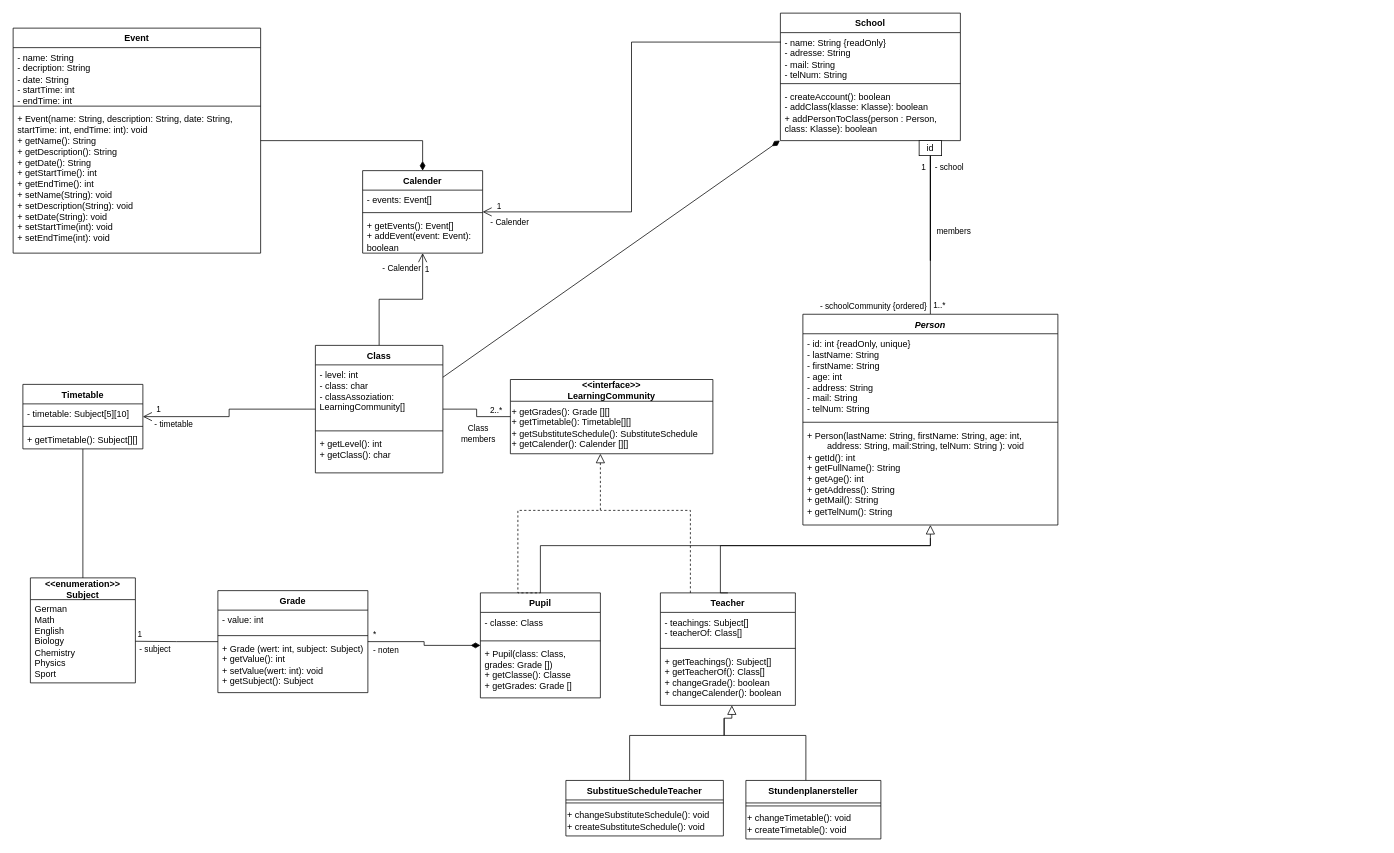
Above: ClassDiagram.drawio in TrainFan1804/SchulverwaltungUML (draw.io), before the change. Source tidied: cells renumbered, new cells numbered last; positions are measured from the earlier drawing's top-left corner, leaving out a move shared by most shapes. Both pictures are drawn from the tidied source at 75%, with x=0, y=0 at pixel (13, 13).
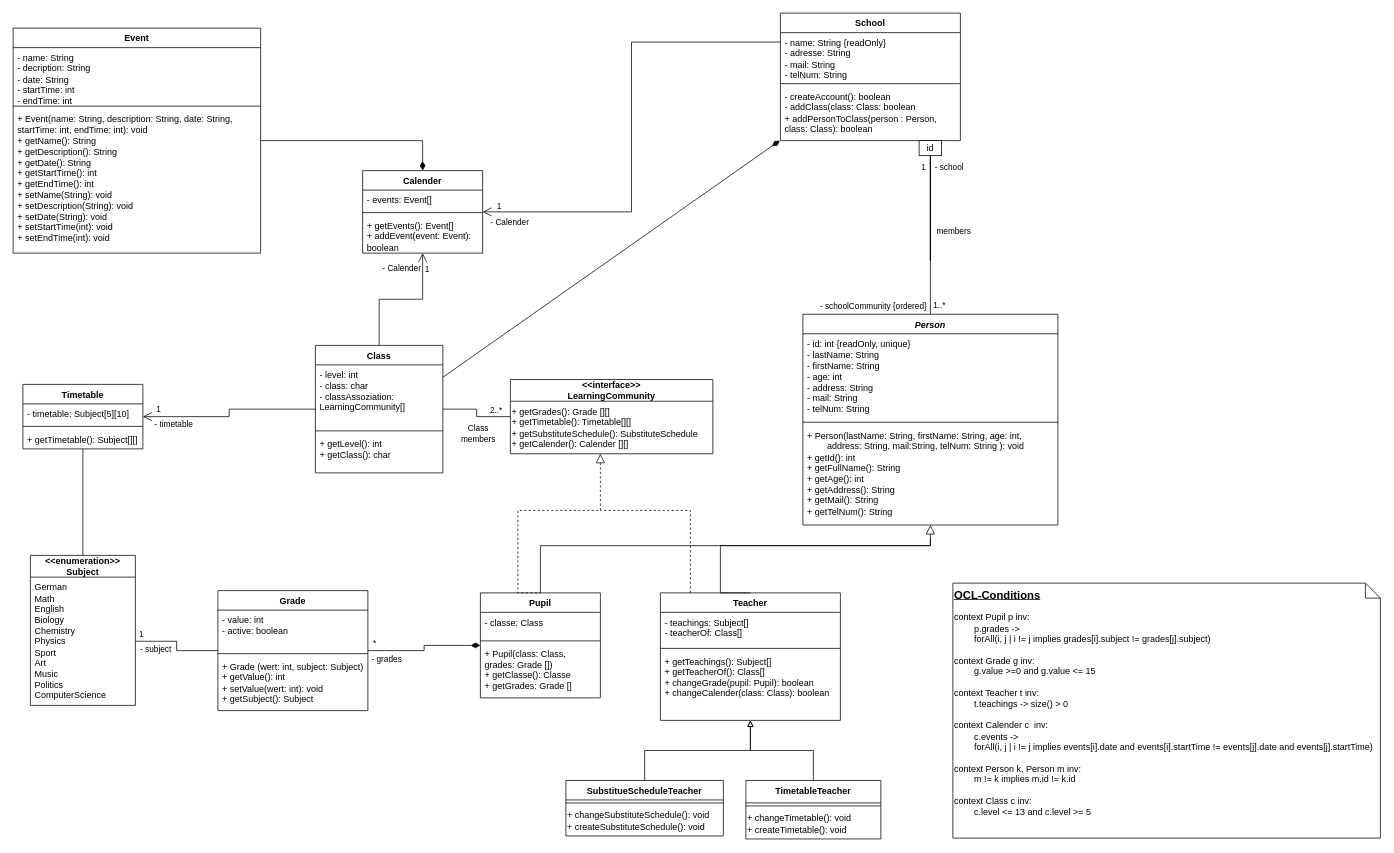
After the change.

The change refers to these unchanged cells:
```xml
<mxCell id="2" style="edgeStyle=orthogonalEdgeStyle;rounded=0;jettySize=auto;html=1;entryX=1;entryY=0.5;entryDx=0;entryDy=0;endArrow=none;endFill=0;startArrow=diamondThin;startFill=1;startSize=10;" parent="1" edge="1" source="5" target="25">
  <mxGeometry relative="1" as="geometry" />
</mxCell>
<mxCell id="10" value="SubstitueScheduleTeacher&#10;&#10;" style="swimlane;fontStyle=1;align=center;verticalAlign=top;horizontal=1;startSize=26;rounded=0;shadow=0;strokeWidth=1;" parent="1" vertex="1">
  <mxGeometry x="737" y="1023.1" width="210" height="74" as="geometry" />
</mxCell>
<mxCell id="37" value="School" style="swimlane;fontStyle=1;align=center;verticalAlign=top;horizontal=1;startSize=26;whiteSpace=wrap;html=1;" parent="1" vertex="1">
  <mxGeometry x="1023" width="240" height="170" as="geometry" />
</mxCell>
```

What changed in the source:
```diff
@@
-    <mxCell id="3" value="- noten" style="edgeLabel;html=1;align=center;verticalAlign=middle;" parent="2" vertex="1">
+    <mxCell id="3" value="- grades" style="edgeLabel;html=1;align=center;verticalAlign=middle;" parent="2" vertex="1">
       <mxGeometry x="0.3" relative="1" as="geometry">
         <mxPoint x="-31" y="11" as="offset" />
       </mxGeometry>
     </mxCell>
@@
-    <mxCell id="9" style="edgeStyle=orthogonalEdgeStyle;rounded=0;jettySize=auto;html=1;endArrow=block;endFill=0;endSize=10;entryX=0.507;entryY=0.998;entryDx=0;entryDy=0;entryPerimeter=0;" parent="1" edge="1" source="10">
-      <mxGeometry relative="1" as="geometry">
-        <mxPoint x="958.3" y="923" as="targetPoint" />
-        <Array as="points">
-          <mxPoint x="822" y="963.1" />
-          <mxPoint x="948" y="963.1" />
-          <mxPoint x="948" y="940.1" />
-          <mxPoint x="958" y="940.1" />
-        </Array>
-      </mxGeometry>
-    </mxCell>
+    <mxCell id="83" style="edgeStyle=orthogonalEdgeStyle;rounded=0;jettySize=auto;html=1;entryX=0.5;entryY=1;entryDx=0;entryDy=0;endArrow=block;endFill=0;" parent="1" edge="1" source="10" target="18">
+      <mxGeometry relative="1" as="geometry" />
+    </mxCell>
@@
-    <mxCell id="13" style="edgeStyle=orthogonalEdgeStyle;rounded=0;jettySize=auto;html=1;endArrow=none;endFill=0;" parent="1" edge="1" source="14">
-      <mxGeometry relative="1" as="geometry">
-        <mxPoint x="948" y="940.1" as="targetPoint" />
-        <Array as="points">
-          <mxPoint x="1057" y="963.1" />
-          <mxPoint x="948" y="963.1" />
-        </Array>
-      </mxGeometry>
-    </mxCell>
+    <mxCell id="84" style="edgeStyle=orthogonalEdgeStyle;rounded=0;jettySize=auto;html=1;entryX=0.5;entryY=1;entryDx=0;entryDy=0;endArrow=block;endFill=0;" parent="1" edge="1" source="14" target="18">
+      <mxGeometry relative="1" as="geometry" />
+    </mxCell>
-    <mxCell id="14" value="Stundenplanersteller" style="swimlane;fontStyle=1;align=center;verticalAlign=top;horizontal=1;startSize=30;rounded=0;shadow=0;strokeWidth=1;" parent="1" vertex="1">
+    <mxCell id="14" value="TimetableTeacher" style="swimlane;fontStyle=1;align=center;verticalAlign=top;horizontal=1;startSize=30;rounded=0;shadow=0;strokeWidth=1;" parent="1" vertex="1">
       <mxGeometry x="977" y="1023.1" width="180" height="78" as="geometry" />
     </mxCell>
@@
     <mxCell id="18" value="Teacher" style="swimlane;fontStyle=1;align=center;verticalAlign=top;horizontal=1;startSize=26;rounded=0;shadow=0;strokeWidth=1;" parent="1" vertex="1">
-      <mxGeometry x="863" y="773" width="180" height="150" as="geometry" />
+      <mxGeometry x="863" y="773" width="240" height="170" as="geometry" />
     </mxCell>
     <mxCell id="19" value="- teachings: Subject[]&#10;- teacherOf: Class[]&#10;" style="text;align=left;verticalAlign=top;spacingLeft=4;spacingRight=4;overflow=hidden;" parent="18" vertex="1">
-      <mxGeometry y="26" width="180" height="44" as="geometry" />
+      <mxGeometry y="26" width="240" height="44" as="geometry" />
     </mxCell>
     <mxCell id="20" style="line;html=1;strokeWidth=1;align=left;verticalAlign=middle;spacingTop=-1;spacingLeft=3;spacingRight=3;labelPosition=right;" parent="18" vertex="1">
-      <mxGeometry y="70" width="180" height="8" as="geometry" />
+      <mxGeometry y="70" width="240" height="8" as="geometry" />
     </mxCell>
-    <mxCell id="21" value="+ getTeachings(): Subject[]&#10;+ getTeacherOf(): Class[]&#10;+ changeGrade(): boolean&#10;+ changeCalender(): boolean" style="text;align=left;verticalAlign=top;spacingLeft=4;spacingRight=4;overflow=hidden;" parent="18" vertex="1">
-      <mxGeometry y="78" width="180" height="72" as="geometry" />
+    <mxCell id="21" value="+ getTeachings(): Subject[]&#10;+ getTeacherOf(): Class[]&#10;+ changeGrade(pupil: Pupil): boolean&#10;+ changeCalender(class: Class): boolean" style="text;align=left;verticalAlign=top;spacingLeft=4;spacingRight=4;overflow=hidden;" parent="18" vertex="1">
+      <mxGeometry y="78" width="240" height="82" as="geometry" />
     </mxCell>
@@
     <mxCell id="25" value="Grade" style="swimlane;fontStyle=1;align=center;verticalAlign=top;horizontal=1;startSize=26;whiteSpace=wrap;html=1;" parent="1" vertex="1">
-      <mxGeometry x="273" y="770" width="200" height="136" as="geometry" />
+      <mxGeometry x="273" y="770" width="200" height="160" as="geometry" />
     </mxCell>
-    <mxCell id="26" value="&lt;div&gt;- value: int&lt;/div&gt;" style="text;strokeColor=none;fillColor=none;align=left;verticalAlign=top;spacingLeft=4;spacingRight=4;overflow=hidden;whiteSpace=wrap;html=1;" parent="25" vertex="1">
-      <mxGeometry y="26" width="200" height="30" as="geometry" />
+    <mxCell id="26" value="&lt;div&gt;- value: int&lt;/div&gt;&lt;div&gt;- active: boolean&lt;/div&gt;" style="text;strokeColor=none;fillColor=none;align=left;verticalAlign=top;spacingLeft=4;spacingRight=4;overflow=hidden;whiteSpace=wrap;html=1;" parent="25" vertex="1">
+      <mxGeometry y="26" width="200" height="54" as="geometry" />
     </mxCell>
     <mxCell id="27" style="line;strokeWidth=1;fillColor=none;align=left;verticalAlign=middle;spacingTop=-1;spacingLeft=3;spacingRight=3;labelPosition=right;strokeColor=inherit;" parent="25" vertex="1">
-      <mxGeometry y="56" width="200" height="8" as="geometry" />
+      <mxGeometry y="80" width="200" height="8" as="geometry" />
     </mxCell>
     <mxCell id="28" value="&lt;div&gt;+ Grade (wert: int, subject: Subject)&lt;br&gt;&lt;/div&gt;&lt;div&gt;+ getValue(): int&lt;/div&gt;&lt;div&gt;+ setValue(wert: int): void&lt;br&gt;&lt;/div&gt;&lt;div&gt;+ getSubject(): Subject&lt;/div&gt;" style="text;strokeColor=none;fillColor=none;align=left;verticalAlign=top;spacingLeft=4;spacingRight=4;overflow=hidden;whiteSpace=wrap;html=1;" parent="25" vertex="1">
-      <mxGeometry y="64" width="200" height="72" as="geometry" />
+      <mxGeometry y="88" width="200" height="72" as="geometry" />
     </mxCell>
@@
-    <mxCell id="40" value="&lt;div&gt;&lt;span style=&quot;background-color: initial;&quot;&gt;- createAccount(): boolean&lt;/span&gt;&lt;br&gt;&lt;/div&gt;&lt;div&gt;- addClass(klasse: Klasse): boolean&lt;/div&gt;&lt;div&gt;+&lt;span style=&quot;background-color: initial;&quot;&gt;&amp;nbsp;addPersonToClass(person : Person, class: Klasse): boolean&lt;/span&gt;&lt;/div&gt;" style="text;strokeColor=none;fillColor=none;align=left;verticalAlign=top;spacingLeft=4;spacingRight=4;overflow=hidden;points=[[0,0.5],[1,0.5]];portConstraint=eastwest;whiteSpace=wrap;html=1;" parent="37" vertex="1">
+    <mxCell id="40" value="&lt;div&gt;&lt;span style=&quot;background-color: initial;&quot;&gt;- createAccount(): boolean&lt;/span&gt;&lt;br&gt;&lt;/div&gt;&lt;div&gt;- addClass(class: Class: boolean&lt;/div&gt;&lt;div&gt;+&lt;span style=&quot;background-color: initial;&quot;&gt;&amp;nbsp;addPersonToClass(person : Person, class: Class): boolean&lt;/span&gt;&lt;/div&gt;" style="text;strokeColor=none;fillColor=none;align=left;verticalAlign=top;spacingLeft=4;spacingRight=4;overflow=hidden;points=[[0,0.5],[1,0.5]];portConstraint=eastwest;whiteSpace=wrap;html=1;" parent="37" vertex="1">
       <mxGeometry y="98" width="240" height="72" as="geometry" />
     </mxCell>
@@
     <mxCell id="66" value="&lt;div&gt;&amp;lt;&amp;lt;enumeration&amp;gt;&amp;gt;&lt;br&gt;&lt;/div&gt;&lt;div&gt;Subject&lt;/div&gt;" style="swimlane;fontStyle=1;align=center;verticalAlign=middle;horizontal=1;startSize=29;html=1;whiteSpace=wrap;" parent="1" vertex="1">
-      <mxGeometry x="23" y="753" width="140" height="140" as="geometry" />
+      <mxGeometry x="23" y="723" width="140" height="200" as="geometry" />
     </mxCell>
-    <mxCell id="67" value="&lt;div&gt;German&lt;/div&gt;&lt;div&gt;Math&lt;/div&gt;&lt;div&gt;English&lt;/div&gt;&lt;div&gt;Biology&lt;/div&gt;&lt;div&gt;Chemistry&lt;/div&gt;&lt;div&gt;Physics&lt;/div&gt;&lt;div&gt;Sport&lt;br&gt;&lt;/div&gt;" style="text;html=1;strokeColor=none;fillColor=none;align=left;verticalAlign=middle;spacingLeft=4;spacingRight=4;overflow=hidden;points=[[0,0.5],[1,0.5]];portConstraint=eastwest;whiteSpace=wrap;" parent="66" vertex="1">
-      <mxGeometry y="29" width="140" height="111" as="geometry" />
+    <mxCell id="67" value="&lt;div&gt;German&lt;/div&gt;&lt;div&gt;Math&lt;/div&gt;&lt;div&gt;English&lt;/div&gt;&lt;div&gt;Biology&lt;/div&gt;&lt;div&gt;Chemistry&lt;/div&gt;&lt;div&gt;Physics&lt;/div&gt;&lt;div&gt;Sport&lt;br&gt;&lt;/div&gt;&lt;div&gt;Art&lt;/div&gt;&lt;div&gt;Music&lt;/div&gt;&lt;div&gt;Politics&lt;/div&gt;&lt;div&gt;ComputerScience&lt;/div&gt;" style="text;html=1;strokeColor=none;fillColor=none;align=left;verticalAlign=middle;spacingLeft=4;spacingRight=4;overflow=hidden;points=[[0,0.5],[1,0.5]];portConstraint=eastwest;whiteSpace=wrap;" parent="66" vertex="1">
+      <mxGeometry y="29" width="140" height="171" as="geometry" />
     </mxCell>
@@
+    <mxCell id="85" value="&lt;b&gt;&lt;u&gt;&lt;font style=&quot;font-size: 15px;&quot;&gt;OCL-Conditions&lt;/font&gt;&lt;/u&gt;&lt;/b&gt;&lt;div&gt;&lt;br&gt;&lt;/div&gt;&lt;div&gt;context Pupil p inv:&lt;/div&gt;&lt;div&gt;&lt;span style=&quot;white-space: pre;&quot;&gt;&#9;&lt;/span&gt;p.grades -&amp;gt;&amp;nbsp;&lt;/div&gt;&lt;div&gt;&lt;span style=&quot;white-space: pre;&quot;&gt;&#9;&lt;/span&gt;forAll(i, j | i != j implies grades[i].subject !=&amp;nbsp;&lt;span style=&quot;background-color: initial;&quot;&gt;grades[j].subject)&lt;/span&gt;&lt;/div&gt;&lt;div&gt;&lt;span style=&quot;background-color: initial;&quot;&gt;&lt;br&gt;&lt;/span&gt;&lt;/div&gt;&lt;div&gt;&lt;span style=&quot;background-color: initial;&quot;&gt;context Grade g inv:&lt;/span&gt;&lt;/div&gt;&lt;div&gt;&lt;span style=&quot;background-color: initial;&quot;&gt;&lt;span style=&quot;white-space: pre;&quot;&gt;&#9;&lt;/span&gt;g.value &amp;gt;=0 and g.value &amp;lt;= 15&lt;br&gt;&lt;/span&gt;&lt;/div&gt;&lt;div&gt;&lt;span style=&quot;background-color: initial;&quot;&gt;&lt;br&gt;&lt;/span&gt;&lt;/div&gt;&lt;div&gt;&lt;span style=&quot;background-color: initial;&quot;&gt;&lt;div&gt;context Teacher t inv:&lt;/div&gt;&lt;div&gt;&amp;nbsp;&lt;span style=&quot;white-space: pre;&quot;&gt;&#9;&lt;/span&gt;t.teachings -&amp;gt; size() &amp;gt; 0&lt;/div&gt;&lt;/span&gt;&lt;/div&gt;&lt;div&gt;&lt;br&gt;&lt;/div&gt;&lt;div&gt;&lt;span style=&quot;background-color: initial;&quot;&gt;context Calender c&amp;nbsp; inv:&lt;/span&gt;&lt;/div&gt;&lt;div&gt;&lt;span style=&quot;background-color: initial;&quot;&gt;&lt;span style=&quot;white-space: pre;&quot;&gt;&#9;&lt;/span&gt;c.events -&amp;gt;&lt;/span&gt;&lt;span style=&quot;background-color: initial;&quot;&gt;&lt;br&gt;&lt;/span&gt;&lt;/div&gt;&lt;div&gt;&lt;span style=&quot;background-color: initial;&quot;&gt;&lt;span style=&quot;white-space: pre;&quot;&gt;&#9;&lt;/span&gt;&lt;/span&gt;&lt;span style=&quot;background-color: initial;&quot;&gt;forAll(i, j | i != j implies events[i].date and&amp;nbsp;&lt;/span&gt;&lt;span style=&quot;background-color: initial;&quot;&gt;events[i].startTime !=&amp;nbsp;&lt;/span&gt;&lt;span style=&quot;background-color: initial;&quot;&gt;events[j].date&amp;nbsp;and&amp;nbsp;&lt;/span&gt;&lt;span style=&quot;background-color: initial;&quot;&gt;events[j].startTime)&lt;/span&gt;&lt;/div&gt;&lt;div&gt;&lt;span style=&quot;background-color: initial;&quot;&gt;&lt;br&gt;&lt;/span&gt;&lt;/div&gt;&lt;div&gt;context Person k, Person m inv:&lt;/div&gt;&lt;div&gt;&lt;span style=&quot;white-space: pre;&quot;&gt;&#9;&lt;/span&gt;m != k implies m.id != k.id&lt;br&gt;&lt;/div&gt;&lt;div&gt;&lt;span style=&quot;background-color: initial;&quot;&gt;&lt;br&gt;&lt;/span&gt;&lt;/div&gt;&lt;div&gt;&lt;span style=&quot;background-color: initial;&quot;&gt;context Class c inv:&lt;/span&gt;&lt;/div&gt;&lt;div&gt;&lt;span style=&quot;background-color: initial;&quot;&gt;&lt;span style=&quot;white-space: pre;&quot;&gt;&#9;&lt;/span&gt;c.level &amp;lt;= 13 and c.level &amp;gt;= 5&lt;br&gt;&lt;/span&gt;&lt;/div&gt;" style="shape=note;size=20;whiteSpace=wrap;html=1;align=left;verticalAlign=top;" parent="1" vertex="1">
+      <mxGeometry x="1253" y="760" width="570" height="340" as="geometry" />
+    </mxCell>
```
